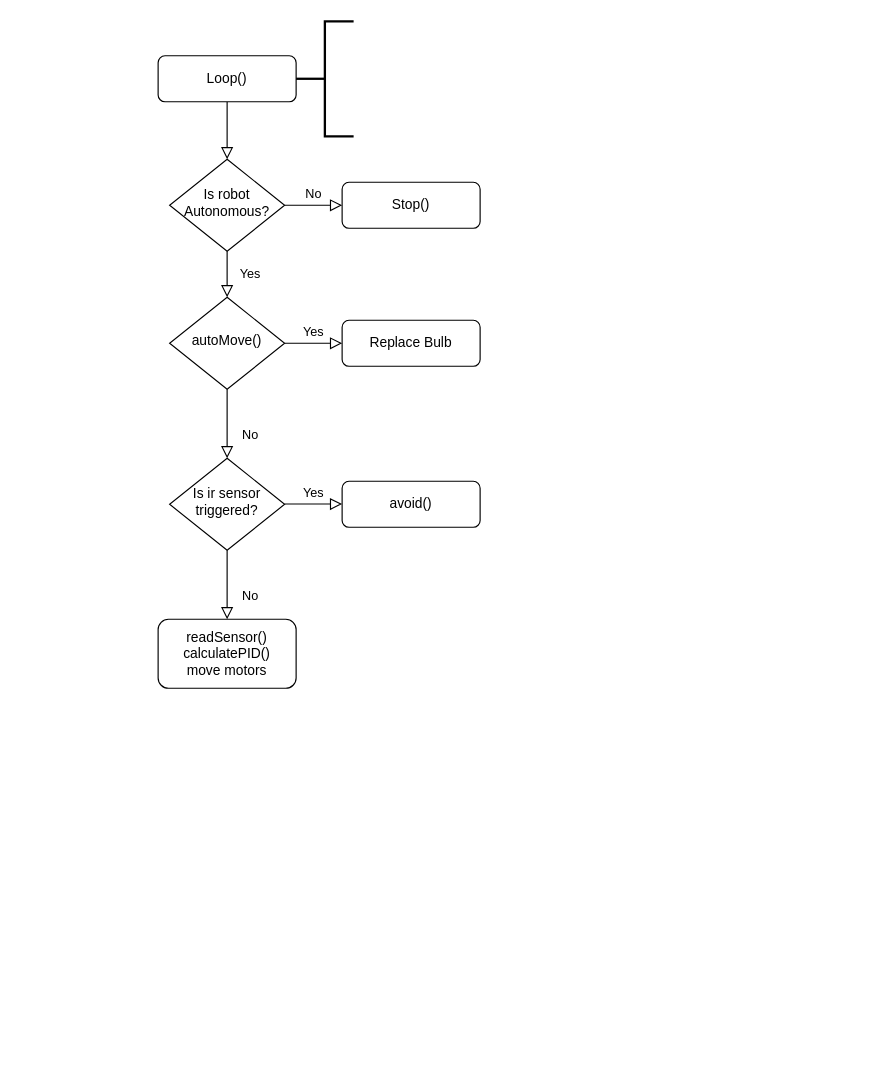
Earlier version of the draw.io diagram Untitled Diagram.drawio (Ainmimdal/LineFollowing-mechatronicWorkshop). Source tidied: cells renumbered, new cells numbered last; positions are measured from the earlier drawing's top-left corner, leaving out a move shared by most shapes. Both pictures are drawn from the tidied source at 115%, with x=0, y=0 at pixel (158, 21).
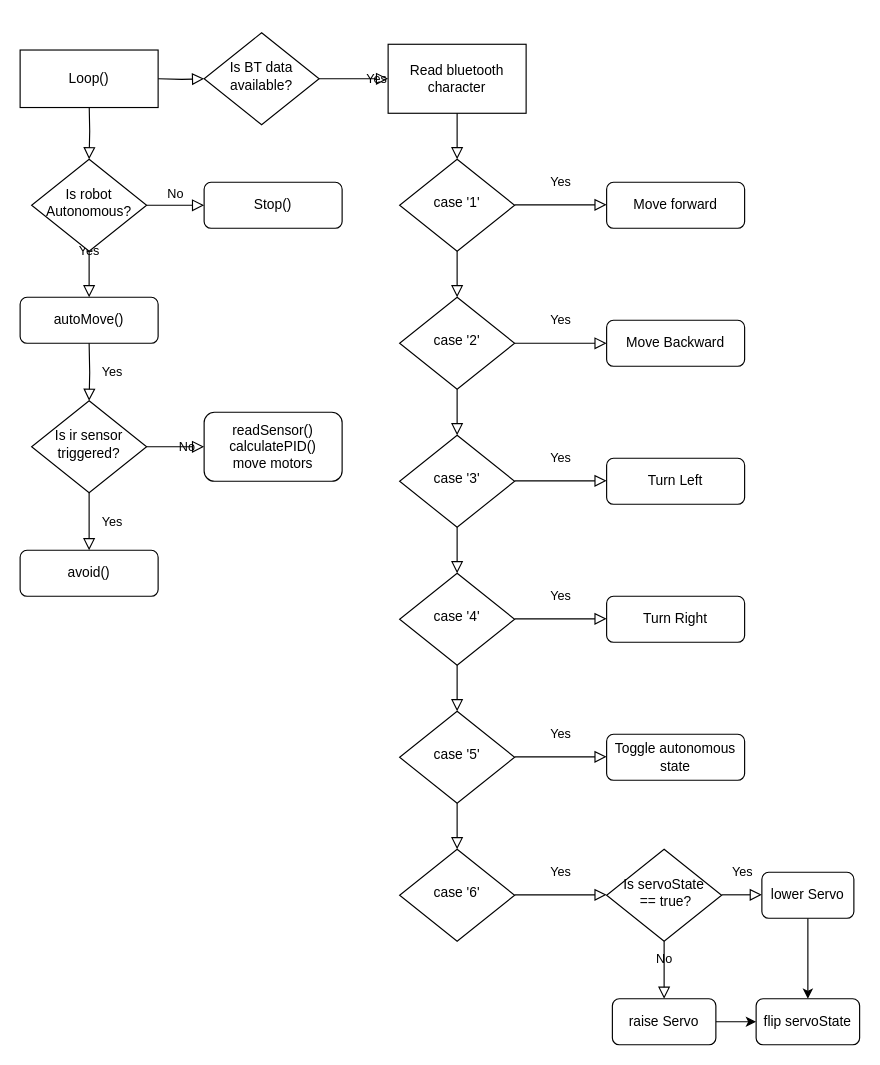
The same page after the edit.

What changed in the source:
```diff
@@
-    <mxCell id="2" style="rounded=0;html=1;jettySize=auto;fontSize=11;endArrow=block;endFill=0;endSize=8;strokeWidth=1;shadow=0;labelBackgroundColor=none;edgeStyle=orthogonalEdgeStyle;" parent="1" edge="1" source="3" target="6">
-      <mxGeometry relative="1" as="geometry" />
+    <mxCell id="2" style="rounded=0;html=1;jettySize=auto;fontSize=11;endArrow=block;endFill=0;endSize=8;strokeWidth=1;shadow=0;labelBackgroundColor=none;edgeStyle=orthogonalEdgeStyle;" parent="1" edge="1" target="6">
+      <mxGeometry relative="1" as="geometry">
+        <mxPoint x="-60" y="70" as="sourcePoint" />
+      </mxGeometry>
     </mxCell>
-    <mxCell id="3" value="Loop()" style="rounded=1;whiteSpace=wrap;html=1;fontSize=12;glass=0;strokeWidth=1;shadow=0;" parent="1" vertex="1">
-      <mxGeometry y="30" width="120" height="40" as="geometry" />
-    </mxCell>
-    <mxCell id="4" value="Yes" style="rounded=0;html=1;jettySize=auto;fontSize=11;endArrow=block;endFill=0;endSize=8;strokeWidth=1;shadow=0;labelBackgroundColor=none;edgeStyle=orthogonalEdgeStyle;" parent="1" edge="1" source="6" target="10">
-      <mxGeometry y="20" relative="1" as="geometry" />
+    <mxCell id="4" value="Yes" style="rounded=0;html=1;jettySize=auto;fontSize=11;endArrow=block;endFill=0;endSize=8;strokeWidth=1;shadow=0;labelBackgroundColor=none;edgeStyle=orthogonalEdgeStyle;" parent="1" edge="1" source="6">
+      <mxGeometry y="20" relative="1" as="geometry">
+        <mxPoint x="-60" y="240" as="targetPoint" />
+      </mxGeometry>
     </mxCell>
@@
     <mxCell id="6" value="Is robot Autonomous?" style="rhombus;whiteSpace=wrap;html=1;shadow=0;fontFamily=Helvetica;fontSize=12;align=center;strokeWidth=1;spacing=6;spacingTop=-4;" parent="1" vertex="1">
-      <mxGeometry x="10" y="120" width="100" height="80" as="geometry" />
+      <mxGeometry x="-110" y="120" width="100" height="80" as="geometry" />
     </mxCell>
     <mxCell id="7" value="Stop()" style="rounded=1;whiteSpace=wrap;html=1;fontSize=12;glass=0;strokeWidth=1;shadow=0;" parent="1" vertex="1">
-      <mxGeometry x="160" y="140" width="120" height="40" as="geometry" />
+      <mxGeometry x="40" y="140" width="120" height="40" as="geometry" />
     </mxCell>
-    <mxCell id="8" value="No" style="rounded=0;html=1;jettySize=auto;fontSize=11;endArrow=block;endFill=0;endSize=8;strokeWidth=1;shadow=0;labelBackgroundColor=none;edgeStyle=orthogonalEdgeStyle;entryX=0.5;entryY=0;entryDx=0;entryDy=0;" parent="1" edge="1" source="10" target="12">
-      <mxGeometry x="0.33" y="20" relative="1" as="geometry" />
-    </mxCell>
-    <mxCell id="9" value="Yes" style="edgeStyle=orthogonalEdgeStyle;rounded=0;html=1;jettySize=auto;fontSize=11;endArrow=block;endFill=0;endSize=8;strokeWidth=1;shadow=0;labelBackgroundColor=none;" parent="1" edge="1" source="10" target="11">
-      <mxGeometry y="10" relative="1" as="geometry" />
-    </mxCell>
-    <mxCell id="10" value="autoMove()" style="rhombus;whiteSpace=wrap;html=1;shadow=0;fontFamily=Helvetica;fontSize=12;align=center;strokeWidth=1;spacing=6;spacingTop=-4;" parent="1" vertex="1">
-      <mxGeometry x="10" y="240" width="100" height="80" as="geometry" />
-    </mxCell>
-    <mxCell id="11" value="Replace Bulb" style="rounded=1;whiteSpace=wrap;html=1;fontSize=12;glass=0;strokeWidth=1;shadow=0;" parent="1" vertex="1">
-      <mxGeometry x="160" y="260" width="120" height="40" as="geometry" />
+    <mxCell id="11" value="autoMove()" style="rounded=1;whiteSpace=wrap;html=1;fontSize=12;glass=0;strokeWidth=1;shadow=0;" parent="1" vertex="1">
+      <mxGeometry x="-120" y="240" width="120" height="40" as="geometry" />
     </mxCell>
     <mxCell id="12" value="Is ir sensor triggered?" style="rhombus;whiteSpace=wrap;html=1;shadow=0;fontFamily=Helvetica;fontSize=12;align=center;strokeWidth=1;spacing=6;spacingTop=-4;" parent="1" vertex="1">
-      <mxGeometry x="10" y="380" width="100" height="80" as="geometry" />
+      <mxGeometry x="-110" y="330" width="100" height="80" as="geometry" />
     </mxCell>
-    <mxCell id="13" value="Yes" style="edgeStyle=orthogonalEdgeStyle;rounded=0;html=1;jettySize=auto;orthogonalLoop=1;fontSize=11;endArrow=block;endFill=0;endSize=8;strokeWidth=1;shadow=0;labelBackgroundColor=none;" parent="1" edge="1">
-      <mxGeometry y="10" relative="1" as="geometry">
-        <mxPoint x="110" y="419.8" as="sourcePoint" />
-        <mxPoint x="160" y="419.8" as="targetPoint" />
-      </mxGeometry>
-    </mxCell>
     <mxCell id="14" value="avoid()" style="rounded=1;whiteSpace=wrap;html=1;fontSize=12;glass=0;strokeWidth=1;shadow=0;" parent="1" vertex="1">
-      <mxGeometry x="160" y="400" width="120" height="40" as="geometry" />
+      <mxGeometry x="-120" y="460" width="120" height="40" as="geometry" />
     </mxCell>
-    <mxCell id="15" value="No" style="rounded=0;html=1;jettySize=auto;fontSize=11;endArrow=block;endFill=0;endSize=8;strokeWidth=1;shadow=0;labelBackgroundColor=none;edgeStyle=orthogonalEdgeStyle;exitX=0.5;exitY=1;exitDx=0;exitDy=0;" parent="1" edge="1" source="12">
-      <mxGeometry x="0.33" y="20" relative="1" as="geometry">
-        <mxPoint x="60" y="520" as="targetPoint" />
-      </mxGeometry>
-    </mxCell>
     <mxCell id="16" value="readSensor()&lt;br&gt;calculatePID()&lt;br&gt;move motors" style="rounded=1;whiteSpace=wrap;html=1;fontSize=12;glass=0;strokeWidth=1;shadow=0;" parent="1" vertex="1">
-      <mxGeometry y="520" width="120" height="60" as="geometry" />
+      <mxGeometry x="40" y="340" width="120" height="60" as="geometry" />
     </mxCell>
-    <mxCell id="17" style="strokeWidth=2;html=1;shape=mxgraph.flowchart.annotation_2;align=left;labelPosition=right;" parent="1" vertex="1">
-      <mxGeometry x="120" width="50" height="100" as="geometry" />
-    </mxCell>
+    <mxCell id="18" value="Yes" style="rounded=0;html=1;jettySize=auto;fontSize=11;endArrow=block;endFill=0;endSize=8;strokeWidth=1;shadow=0;labelBackgroundColor=none;edgeStyle=orthogonalEdgeStyle;exitX=0.5;exitY=1;exitDx=0;exitDy=0;entryX=0.5;entryY=0;entryDx=0;entryDy=0;" parent="1" edge="1" source="12" target="14">
+      <mxGeometry y="20" relative="1" as="geometry" />
+    </mxCell>
+    <mxCell id="19" value="No" style="edgeStyle=orthogonalEdgeStyle;rounded=0;html=1;jettySize=auto;fontSize=11;endArrow=block;endFill=0;endSize=8;strokeWidth=1;shadow=0;labelBackgroundColor=none;exitX=1;exitY=0.5;exitDx=0;exitDy=0;" parent="1" edge="1" source="12">
+      <mxGeometry y="10" relative="1" as="geometry">
+        <mxPoint x="40" y="370" as="targetPoint" />
+      </mxGeometry>
+    </mxCell>
+    <mxCell id="20" value="Yes" style="rounded=0;html=1;jettySize=auto;fontSize=11;endArrow=block;endFill=0;endSize=8;strokeWidth=1;shadow=0;labelBackgroundColor=none;edgeStyle=orthogonalEdgeStyle;entryX=0.5;entryY=0;entryDx=0;entryDy=0;" parent="1" edge="1" target="12">
+      <mxGeometry y="20" relative="1" as="geometry">
+        <mxPoint x="-60" y="280" as="sourcePoint" />
+      </mxGeometry>
+    </mxCell>
+    <mxCell id="21" style="rounded=0;html=1;jettySize=auto;orthogonalLoop=1;fontSize=11;endArrow=block;endFill=0;endSize=8;strokeWidth=1;shadow=0;labelBackgroundColor=none;edgeStyle=orthogonalEdgeStyle;exitX=1;exitY=0.5;exitDx=0;exitDy=0;" parent="1" edge="1">
+      <mxGeometry relative="1" as="geometry">
+        <mxPoint y="50" as="sourcePoint" />
+        <mxPoint x="40" y="50" as="targetPoint" />
+      </mxGeometry>
+    </mxCell>
+    <mxCell id="22" value="Is BT data available?" style="rhombus;whiteSpace=wrap;html=1;shadow=0;fontFamily=Helvetica;fontSize=12;align=center;strokeWidth=1;spacing=6;spacingTop=-4;" parent="1" vertex="1">
+      <mxGeometry x="40" y="10" width="100" height="80" as="geometry" />
+    </mxCell>
+    <mxCell id="23" value="Yes" style="rounded=0;html=1;jettySize=auto;fontSize=11;endArrow=block;endFill=0;endSize=8;strokeWidth=1;shadow=0;labelBackgroundColor=none;edgeStyle=orthogonalEdgeStyle;exitX=1;exitY=0.5;exitDx=0;exitDy=0;" parent="1" edge="1" source="22">
+      <mxGeometry y="20" relative="1" as="geometry">
+        <mxPoint x="200" y="50" as="targetPoint" />
+      </mxGeometry>
+    </mxCell>
+    <mxCell id="24" value="Read bluetooth character" style="rounded=0;whiteSpace=wrap;html=1;" parent="1" vertex="1">
+      <mxGeometry x="200" y="20" width="120" height="60" as="geometry" />
+    </mxCell>
+    <mxCell id="25" value="case '1'" style="rhombus;whiteSpace=wrap;html=1;shadow=0;fontFamily=Helvetica;fontSize=12;align=center;strokeWidth=1;spacing=6;spacingTop=-4;" parent="1" vertex="1">
+      <mxGeometry x="210" y="120" width="100" height="80" as="geometry" />
+    </mxCell>
+    <mxCell id="26" style="rounded=0;html=1;jettySize=auto;fontSize=11;endArrow=block;endFill=0;endSize=8;strokeWidth=1;shadow=0;labelBackgroundColor=none;edgeStyle=orthogonalEdgeStyle;exitX=0.5;exitY=1;exitDx=0;exitDy=0;entryX=0.5;entryY=0;entryDx=0;entryDy=0;" parent="1" edge="1" source="24" target="25">
+      <mxGeometry relative="1" as="geometry" />
+    </mxCell>
+    <mxCell id="27" value="Yes" style="rounded=0;html=1;jettySize=auto;orthogonalLoop=1;fontSize=11;endArrow=block;endFill=0;endSize=8;strokeWidth=1;shadow=0;labelBackgroundColor=none;edgeStyle=orthogonalEdgeStyle;exitX=1;exitY=0.5;exitDx=0;exitDy=0;" parent="1" edge="1">
+      <mxGeometry y="20" relative="1" as="geometry">
+        <mxPoint x="310" y="159.6" as="sourcePoint" />
+        <mxPoint x="390" y="159.6" as="targetPoint" />
+      </mxGeometry>
+    </mxCell>
+    <mxCell id="28" style="rounded=0;html=1;jettySize=auto;fontSize=11;endArrow=block;endFill=0;endSize=8;strokeWidth=1;shadow=0;labelBackgroundColor=none;edgeStyle=orthogonalEdgeStyle;exitX=0.5;exitY=1;exitDx=0;exitDy=0;" parent="1" edge="1" source="25">
+      <mxGeometry relative="1" as="geometry">
+        <mxPoint x="260" y="240" as="targetPoint" />
+      </mxGeometry>
+    </mxCell>
+    <mxCell id="29" value="case '2'" style="rhombus;whiteSpace=wrap;html=1;shadow=0;fontFamily=Helvetica;fontSize=12;align=center;strokeWidth=1;spacing=6;spacingTop=-4;" parent="1" vertex="1">
+      <mxGeometry x="210" y="240" width="100" height="80" as="geometry" />
+    </mxCell>
+    <mxCell id="30" style="rounded=0;html=1;jettySize=auto;fontSize=11;endArrow=block;endFill=0;endSize=8;strokeWidth=1;shadow=0;labelBackgroundColor=none;edgeStyle=orthogonalEdgeStyle;exitX=0.5;exitY=1;exitDx=0;exitDy=0;" parent="1" edge="1" source="29">
+      <mxGeometry relative="1" as="geometry">
+        <mxPoint x="260" y="360" as="targetPoint" />
+      </mxGeometry>
+    </mxCell>
+    <mxCell id="31" value="case '3'" style="rhombus;whiteSpace=wrap;html=1;shadow=0;fontFamily=Helvetica;fontSize=12;align=center;strokeWidth=1;spacing=6;spacingTop=-4;" parent="1" vertex="1">
+      <mxGeometry x="210" y="360" width="100" height="80" as="geometry" />
+    </mxCell>
+    <mxCell id="32" style="rounded=0;html=1;jettySize=auto;fontSize=11;endArrow=block;endFill=0;endSize=8;strokeWidth=1;shadow=0;labelBackgroundColor=none;edgeStyle=orthogonalEdgeStyle;exitX=0.5;exitY=1;exitDx=0;exitDy=0;" parent="1" edge="1" source="31">
+      <mxGeometry relative="1" as="geometry">
+        <mxPoint x="260" y="480" as="targetPoint" />
+      </mxGeometry>
+    </mxCell>
+    <mxCell id="33" value="case '4'" style="rhombus;whiteSpace=wrap;html=1;shadow=0;fontFamily=Helvetica;fontSize=12;align=center;strokeWidth=1;spacing=6;spacingTop=-4;" parent="1" vertex="1">
+      <mxGeometry x="210" y="480" width="100" height="80" as="geometry" />
+    </mxCell>
+    <mxCell id="34" style="rounded=0;html=1;jettySize=auto;fontSize=11;endArrow=block;endFill=0;endSize=8;strokeWidth=1;shadow=0;labelBackgroundColor=none;edgeStyle=orthogonalEdgeStyle;exitX=0.5;exitY=1;exitDx=0;exitDy=0;" parent="1" edge="1" source="33">
+      <mxGeometry relative="1" as="geometry">
+        <mxPoint x="260" y="600" as="targetPoint" />
+      </mxGeometry>
+    </mxCell>
+    <mxCell id="35" value="case '5'" style="rhombus;whiteSpace=wrap;html=1;shadow=0;fontFamily=Helvetica;fontSize=12;align=center;strokeWidth=1;spacing=6;spacingTop=-4;" parent="1" vertex="1">
+      <mxGeometry x="210" y="600" width="100" height="80" as="geometry" />
+    </mxCell>
+    <mxCell id="36" style="rounded=0;html=1;jettySize=auto;fontSize=11;endArrow=block;endFill=0;endSize=8;strokeWidth=1;shadow=0;labelBackgroundColor=none;edgeStyle=orthogonalEdgeStyle;exitX=0.5;exitY=1;exitDx=0;exitDy=0;" parent="1" edge="1" source="35">
+      <mxGeometry relative="1" as="geometry">
+        <mxPoint x="260" y="720" as="targetPoint" />
+      </mxGeometry>
+    </mxCell>
+    <mxCell id="37" value="case '6'" style="rhombus;whiteSpace=wrap;html=1;shadow=0;fontFamily=Helvetica;fontSize=12;align=center;strokeWidth=1;spacing=6;spacingTop=-4;" parent="1" vertex="1">
+      <mxGeometry x="210" y="720" width="100" height="80" as="geometry" />
+    </mxCell>
+    <mxCell id="38" value="Yes" style="rounded=0;html=1;jettySize=auto;orthogonalLoop=1;fontSize=11;endArrow=block;endFill=0;endSize=8;strokeWidth=1;shadow=0;labelBackgroundColor=none;edgeStyle=orthogonalEdgeStyle;exitX=1;exitY=0.5;exitDx=0;exitDy=0;" parent="1" edge="1">
+      <mxGeometry y="20" relative="1" as="geometry">
+        <mxPoint x="310" y="280" as="sourcePoint" />
+        <mxPoint x="390" y="280" as="targetPoint" />
+      </mxGeometry>
+    </mxCell>
+    <mxCell id="39" value="Yes" style="rounded=0;html=1;jettySize=auto;orthogonalLoop=1;fontSize=11;endArrow=block;endFill=0;endSize=8;strokeWidth=1;shadow=0;labelBackgroundColor=none;edgeStyle=orthogonalEdgeStyle;exitX=1;exitY=0.5;exitDx=0;exitDy=0;" parent="1" edge="1">
+      <mxGeometry y="20" relative="1" as="geometry">
+        <mxPoint x="310" y="399.6" as="sourcePoint" />
+        <mxPoint x="390" y="399.6" as="targetPoint" />
+      </mxGeometry>
+    </mxCell>
+    <mxCell id="40" value="Yes" style="rounded=0;html=1;jettySize=auto;orthogonalLoop=1;fontSize=11;endArrow=block;endFill=0;endSize=8;strokeWidth=1;shadow=0;labelBackgroundColor=none;edgeStyle=orthogonalEdgeStyle;exitX=1;exitY=0.5;exitDx=0;exitDy=0;" parent="1" edge="1">
+      <mxGeometry y="20" relative="1" as="geometry">
+        <mxPoint x="310" y="519.6" as="sourcePoint" />
+        <mxPoint x="390" y="519.6" as="targetPoint" />
+      </mxGeometry>
+    </mxCell>
+    <mxCell id="41" value="Yes" style="rounded=0;html=1;jettySize=auto;orthogonalLoop=1;fontSize=11;endArrow=block;endFill=0;endSize=8;strokeWidth=1;shadow=0;labelBackgroundColor=none;edgeStyle=orthogonalEdgeStyle;exitX=1;exitY=0.5;exitDx=0;exitDy=0;" parent="1" edge="1">
+      <mxGeometry y="20" relative="1" as="geometry">
+        <mxPoint x="310" y="639.6" as="sourcePoint" />
+        <mxPoint x="390" y="639.6" as="targetPoint" />
+      </mxGeometry>
+    </mxCell>
+    <mxCell id="42" value="Yes" style="rounded=0;html=1;jettySize=auto;orthogonalLoop=1;fontSize=11;endArrow=block;endFill=0;endSize=8;strokeWidth=1;shadow=0;labelBackgroundColor=none;edgeStyle=orthogonalEdgeStyle;exitX=1;exitY=0.5;exitDx=0;exitDy=0;" parent="1" edge="1">
+      <mxGeometry y="20" relative="1" as="geometry">
+        <mxPoint x="310" y="759.6" as="sourcePoint" />
+        <mxPoint x="390" y="759.6" as="targetPoint" />
+      </mxGeometry>
+    </mxCell>
+    <mxCell id="43" value="Move forward" style="rounded=1;whiteSpace=wrap;html=1;fontSize=12;glass=0;strokeWidth=1;shadow=0;" parent="1" vertex="1">
+      <mxGeometry x="390" y="140" width="120" height="40" as="geometry" />
+    </mxCell>
+    <mxCell id="44" value="Move Backward" style="rounded=1;whiteSpace=wrap;html=1;fontSize=12;glass=0;strokeWidth=1;shadow=0;" parent="1" vertex="1">
+      <mxGeometry x="390" y="260" width="120" height="40" as="geometry" />
+    </mxCell>
+    <mxCell id="45" value="Turn Left" style="rounded=1;whiteSpace=wrap;html=1;fontSize=12;glass=0;strokeWidth=1;shadow=0;" parent="1" vertex="1">
+      <mxGeometry x="390" y="380" width="120" height="40" as="geometry" />
+    </mxCell>
+    <mxCell id="46" value="Turn Right" style="rounded=1;whiteSpace=wrap;html=1;fontSize=12;glass=0;strokeWidth=1;shadow=0;" parent="1" vertex="1">
+      <mxGeometry x="390" y="500" width="120" height="40" as="geometry" />
+    </mxCell>
+    <mxCell id="47" value="Toggle autonomous state" style="rounded=1;whiteSpace=wrap;html=1;fontSize=12;glass=0;strokeWidth=1;shadow=0;" parent="1" vertex="1">
+      <mxGeometry x="390" y="620" width="120" height="40" as="geometry" />
+    </mxCell>
+    <mxCell id="48" value="Yes" style="rounded=0;html=1;jettySize=auto;fontSize=11;endArrow=block;endFill=0;endSize=8;strokeWidth=1;shadow=0;labelBackgroundColor=none;edgeStyle=orthogonalEdgeStyle;exitX=1;exitY=0.5;exitDx=0;exitDy=0;entryX=0;entryY=0.5;entryDx=0;entryDy=0;" parent="1" edge="1" target="50">
+      <mxGeometry y="20" relative="1" as="geometry">
+        <mxPoint x="490" y="759.6" as="sourcePoint" />
+      </mxGeometry>
+    </mxCell>
+    <mxCell id="49" style="edgeStyle=orthogonalEdgeStyle;rounded=0;jettySize=auto;html=1;strokeColor=#000000;" parent="1" edge="1" source="50" target="55">
+      <mxGeometry relative="1" as="geometry" />
+    </mxCell>
+    <mxCell id="50" value="lower Servo" style="rounded=1;whiteSpace=wrap;html=1;fontSize=12;glass=0;strokeWidth=1;shadow=0;" parent="1" vertex="1">
+      <mxGeometry x="525" y="740" width="80" height="40" as="geometry" />
+    </mxCell>
+    <mxCell id="51" value="Is servoState&lt;br&gt;&amp;nbsp;== true?" style="rhombus;whiteSpace=wrap;html=1;shadow=0;fontFamily=Helvetica;fontSize=12;align=center;strokeWidth=1;spacing=6;spacingTop=-4;" parent="1" vertex="1">
+      <mxGeometry x="390" y="720" width="100" height="80" as="geometry" />
+    </mxCell>
+    <mxCell id="52" value="No" style="edgeStyle=orthogonalEdgeStyle;rounded=0;html=1;jettySize=auto;fontSize=11;endArrow=block;endFill=0;endSize=8;strokeWidth=1;shadow=0;labelBackgroundColor=none;exitX=0.5;exitY=1;exitDx=0;exitDy=0;" parent="1" edge="1" source="51">
+      <mxGeometry y="10" relative="1" as="geometry">
+        <mxPoint x="440" y="850" as="targetPoint" />
+      </mxGeometry>
+    </mxCell>
+    <mxCell id="53" style="edgeStyle=orthogonalEdgeStyle;rounded=0;jettySize=auto;html=1;entryX=0;entryY=0.5;entryDx=0;entryDy=0;strokeColor=#000000;" parent="1" edge="1" source="54" target="55">
+      <mxGeometry relative="1" as="geometry" />
+    </mxCell>
+    <mxCell id="54" value="raise Servo" style="rounded=1;whiteSpace=wrap;html=1;fontSize=12;glass=0;strokeWidth=1;shadow=0;" parent="1" vertex="1">
+      <mxGeometry x="395" y="850" width="90" height="40" as="geometry" />
+    </mxCell>
+    <mxCell id="55" value="flip servoState" style="rounded=1;whiteSpace=wrap;html=1;fontSize=12;glass=0;strokeWidth=1;shadow=0;" parent="1" vertex="1">
+      <mxGeometry x="520" y="850" width="90" height="40" as="geometry" />
+    </mxCell>
+    <mxCell id="3" value="Loop()" style="rounded=0;whiteSpace=wrap;html=1;" parent="1" vertex="1">
+      <mxGeometry x="-120" y="25" width="120" height="50" as="geometry" />
+    </mxCell>
```
